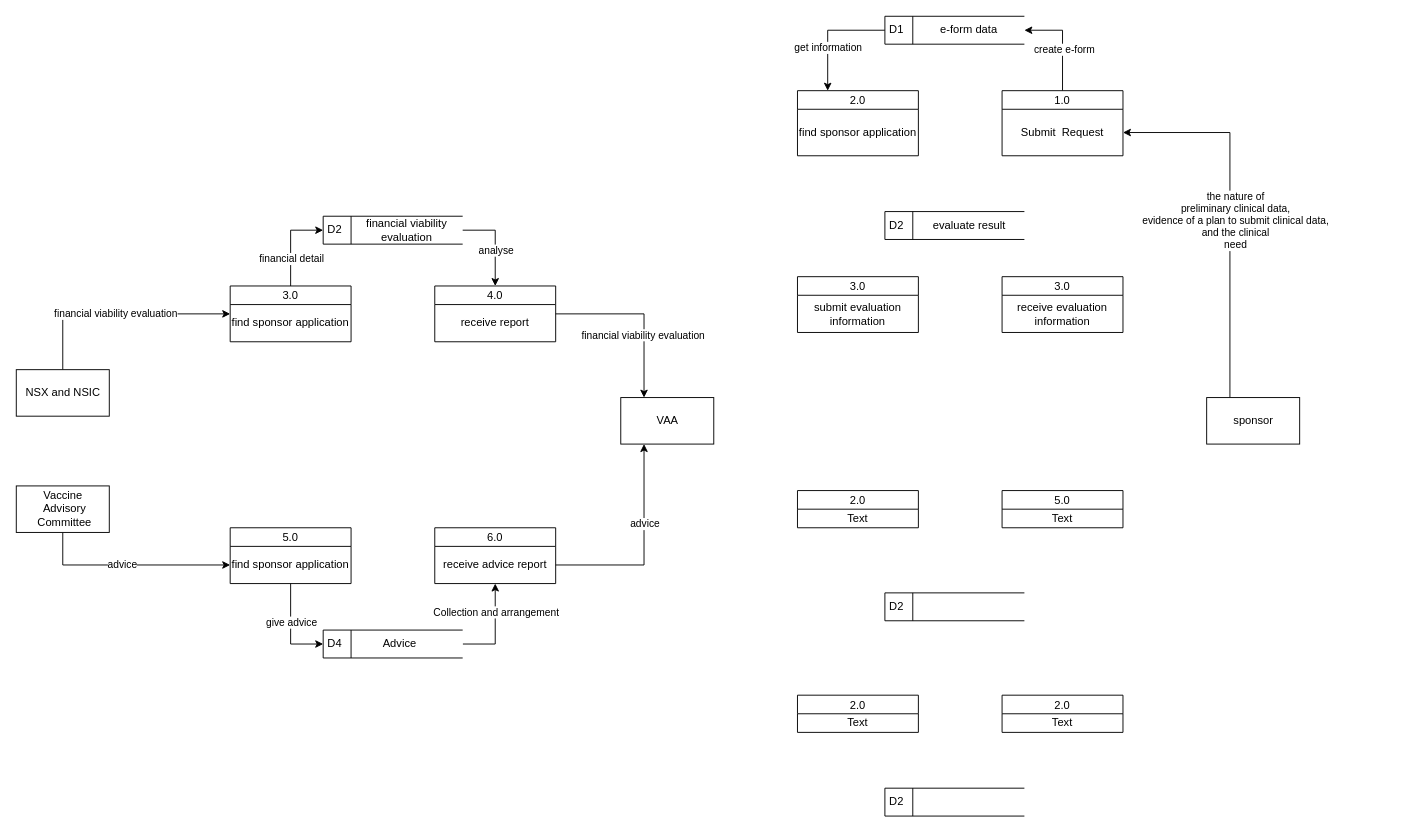
This is DFD.drawio from forthegame/ANU2024, a draw.io file, before an edit. Source tidied: cells renumbered, new cells numbered last; positions are measured from the earlier drawing's top-left corner, leaving out a move shared by most shapes. Both pictures are drawn from the tidied source at 93%, with x=0, y=0 at pixel (16, 16).
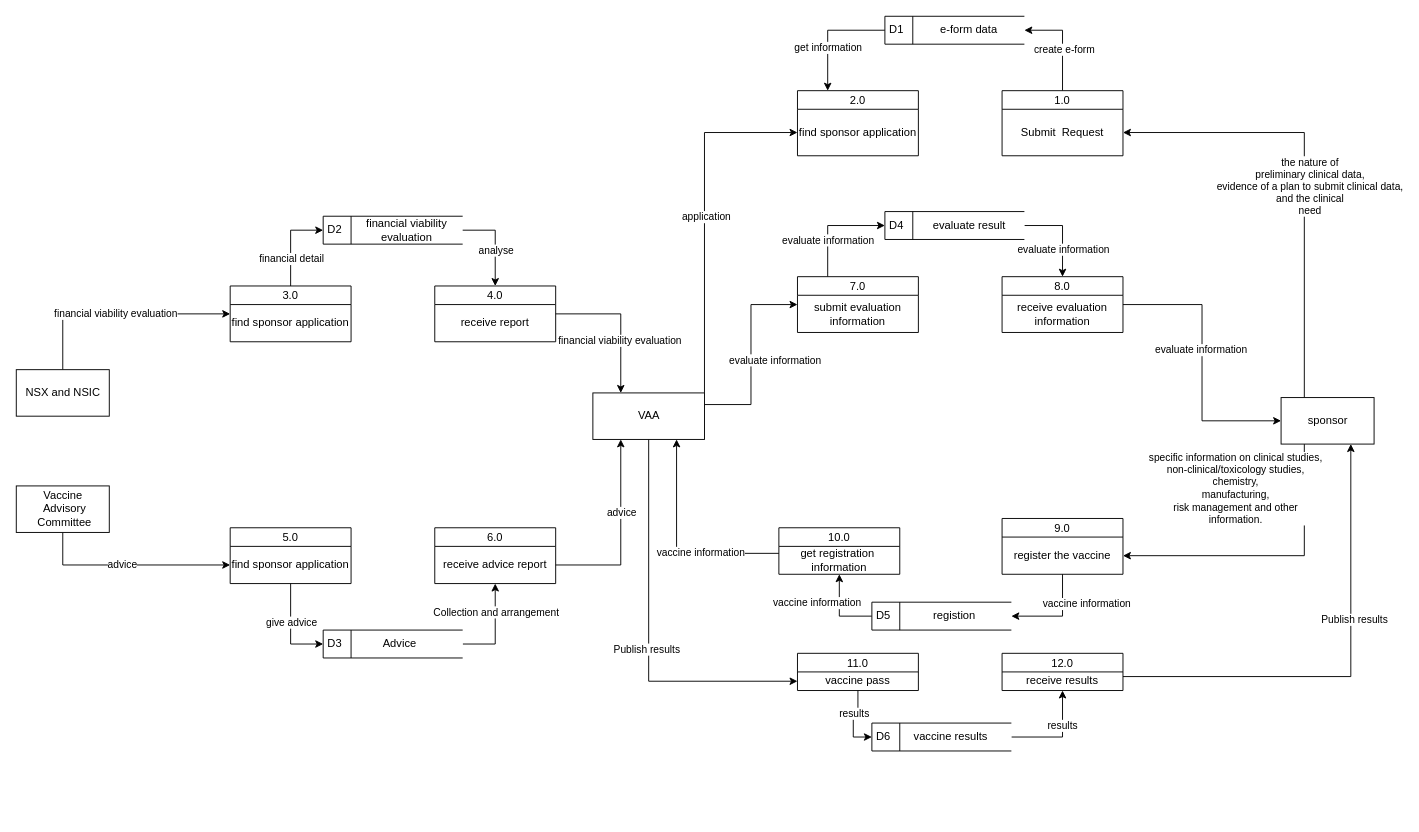
Above is the later version.

The change refers to these unchanged cells:
```xml
<mxCell id="13" value="receive evaluation information" style="text;html=1;strokeColor=none;fillColor=none;align=center;verticalAlign=middle;whiteSpace=wrap;rounded=0;" parent="12" vertex="1">
  <mxGeometry y="20" width="130" height="40" as="geometry" />
</mxCell>
<mxCell id="24" value="submit evaluation information" style="text;html=1;strokeColor=none;fillColor=none;align=center;verticalAlign=middle;whiteSpace=wrap;rounded=0;" parent="23" vertex="1">
  <mxGeometry y="20" width="130" height="40" as="geometry" />
</mxCell>
<mxCell id="26" value="find sponsor application" style="text;html=1;strokeColor=none;fillColor=none;align=center;verticalAlign=middle;whiteSpace=wrap;rounded=0;" parent="25" vertex="1">
  <mxGeometry y="20" width="130" height="50" as="geometry" />
</mxCell>
```

Diff of the diagram source:
```diff
@@
+    <mxCell id="62" style="edgeStyle=orthogonalEdgeStyle;rounded=0;jettySize=auto;html=1;exitX=0.25;exitY=1;exitDx=0;exitDy=0;entryX=1;entryY=0.5;entryDx=0;entryDy=0;" parent="1" edge="1" source="4" target="17">
+      <mxGeometry relative="1" as="geometry" />
+    </mxCell>
+    <mxCell id="63" value="specific information on clinical studies,&lt;br&gt;non-clinical/toxicology studies,&lt;br&gt;chemistry,&lt;br&gt;manufacturing,&lt;br&gt;risk management and other&lt;br&gt;information." style="edgeLabel;html=1;align=center;verticalAlign=middle;" parent="62" vertex="1">
+      <mxGeometry x="-0.43" relative="1" as="geometry">
+        <mxPoint x="-75" y="-43" as="offset" />
+      </mxGeometry>
+    </mxCell>
     <mxCell id="4" value="sponsor" style="html=1;dashed=0;whitespace=wrap;" parent="1" vertex="1">
-      <mxGeometry x="1280" y="410" width="100" height="50" as="geometry" />
+      <mxGeometry x="1360" y="410" width="100" height="50" as="geometry" />
     </mxCell>
@@
+    <mxCell id="64" style="edgeStyle=orthogonalEdgeStyle;rounded=0;jettySize=auto;html=1;exitX=1;exitY=0.5;exitDx=0;exitDy=0;entryX=0.5;entryY=0;entryDx=0;entryDy=0;" parent="1" edge="1" source="9" target="12">
+      <mxGeometry relative="1" as="geometry" />
+    </mxCell>
+    <mxCell id="65" value="evaluate information" style="edgeLabel;html=1;align=center;verticalAlign=middle;" parent="64" vertex="1">
+      <mxGeometry x="0.11" y="1" relative="1" as="geometry">
+        <mxPoint x="-1" y="13" as="offset" />
+      </mxGeometry>
+    </mxCell>
-    <mxCell id="9" value="D2" style="html=1;dashed=0;whitespace=wrap;shape=mxgraph.dfd.dataStoreID;align=left;spacingLeft=3;points=[[0,0],[0.5,0],[1,0],[0,0.5],[1,0.5],[0,1],[0.5,1],[1,1]];" parent="1" vertex="1">
+    <mxCell id="9" value="D4" style="html=1;dashed=0;whitespace=wrap;shape=mxgraph.dfd.dataStoreID;align=left;spacingLeft=3;points=[[0,0],[0.5,0],[1,0],[0,0.5],[1,0.5],[0,1],[0.5,1],[1,1]];" parent="1" vertex="1">
       <mxGeometry x="934" y="210" width="150" height="30" as="geometry" />
     </mxCell>
+    <mxCell id="66" style="edgeStyle=orthogonalEdgeStyle;rounded=0;jettySize=auto;html=1;exitX=1;exitY=0;exitDx=0;exitDy=0;entryX=0;entryY=0.5;entryDx=0;entryDy=0;" parent="1" edge="1" source="10" target="26">
+      <mxGeometry relative="1" as="geometry" />
+    </mxCell>
+    <mxCell id="67" value="application" style="edgeLabel;html=1;align=center;verticalAlign=middle;" parent="66" vertex="1">
+      <mxGeometry y="-1" relative="1" as="geometry" />
+    </mxCell>
+    <mxCell id="68" style="edgeStyle=orthogonalEdgeStyle;rounded=0;jettySize=auto;html=1;exitX=1;exitY=0.25;exitDx=0;exitDy=0;entryX=0;entryY=0.25;entryDx=0;entryDy=0;" parent="1" edge="1" source="10" target="24">
+      <mxGeometry relative="1" as="geometry" />
+    </mxCell>
+    <mxCell id="69" value="evaluate information" style="edgeLabel;html=1;align=center;verticalAlign=middle;" parent="68" vertex="1">
+      <mxGeometry x="-0.11" relative="1" as="geometry">
+        <mxPoint x="25" y="-6" as="offset" />
+      </mxGeometry>
+    </mxCell>
+    <mxCell id="70" style="edgeStyle=orthogonalEdgeStyle;rounded=0;jettySize=auto;html=1;exitX=0.5;exitY=1;exitDx=0;exitDy=0;entryX=0;entryY=0.5;entryDx=0;entryDy=0;" parent="1" edge="1" source="10" target="19">
+      <mxGeometry relative="1" as="geometry" />
+    </mxCell>
+    <mxCell id="71" value="Publish results" style="edgeLabel;html=1;align=center;verticalAlign=middle;" parent="70" vertex="1">
+      <mxGeometry x="0.07" y="-3" relative="1" as="geometry" />
+    </mxCell>
     <mxCell id="10" value="VAA" style="html=1;dashed=0;whitespace=wrap;" parent="1" vertex="1">
-      <mxGeometry x="650" y="410" width="100" height="50" as="geometry" />
+      <mxGeometry x="620" y="405" width="120" height="50" as="geometry" />
     </mxCell>
+    <mxCell id="72" style="edgeStyle=orthogonalEdgeStyle;rounded=0;jettySize=auto;html=1;exitX=0;exitY=0.5;exitDx=0;exitDy=0;entryX=0.5;entryY=1;entryDx=0;entryDy=0;" parent="1" edge="1" source="11" target="15">
+      <mxGeometry relative="1" as="geometry" />
+    </mxCell>
+    <mxCell id="73" value="vaccine information" style="edgeLabel;html=1;align=center;verticalAlign=middle;" parent="72" vertex="1">
+      <mxGeometry x="0.24" y="2" relative="1" as="geometry">
+        <mxPoint x="-23" as="offset" />
+      </mxGeometry>
+    </mxCell>
-    <mxCell id="11" value="D2" style="html=1;dashed=0;whitespace=wrap;shape=mxgraph.dfd.dataStoreID;align=left;spacingLeft=3;points=[[0,0],[0.5,0],[1,0],[0,0.5],[1,0.5],[0,1],[0.5,1],[1,1]];" parent="1" vertex="1">
-      <mxGeometry x="934" y="620" width="150" height="30" as="geometry" />
+    <mxCell id="11" value="D5" style="html=1;dashed=0;whitespace=wrap;shape=mxgraph.dfd.dataStoreID;align=left;spacingLeft=3;points=[[0,0],[0.5,0],[1,0],[0,0.5],[1,0.5],[0,1],[0.5,1],[1,1]];" parent="1" vertex="1">
+      <mxGeometry x="920" y="630" width="150" height="30" as="geometry" />
     </mxCell>
-    <mxCell id="12" value="3.0" style="swimlane;fontStyle=0;horizontal=1;startSize=20;fillColor=#ffffff;swimlaneFillColor=#ffffff;" parent="1" vertex="1">
+    <mxCell id="12" value="8.0" style="swimlane;fontStyle=0;horizontal=1;startSize=20;fillColor=#ffffff;swimlaneFillColor=#ffffff;" parent="1" vertex="1">
       <mxGeometry x="1060" y="280" width="130" height="60" as="geometry" />
     </mxCell>
@@
-    <mxCell id="14" value="2.0" style="swimlane;fontStyle=0;horizontal=1;startSize=20;fillColor=#ffffff;swimlaneFillColor=#ffffff;" parent="1" vertex="1">
-      <mxGeometry x="840" y="510" width="130" height="40" as="geometry" />
+    <mxCell id="14" value="10.0" style="swimlane;fontStyle=0;horizontal=1;startSize=20;fillColor=#ffffff;swimlaneFillColor=#ffffff;" parent="1" vertex="1">
+      <mxGeometry x="820" y="550" width="130" height="50" as="geometry" />
     </mxCell>
-    <mxCell id="15" value="Text" style="text;html=1;strokeColor=none;fillColor=none;align=center;verticalAlign=middle;whiteSpace=wrap;rounded=0;" parent="14" vertex="1">
-      <mxGeometry y="20" width="130" height="20" as="geometry" />
+    <mxCell id="15" value="get registration&amp;nbsp;&lt;br&gt;information" style="text;html=1;strokeColor=none;fillColor=none;align=center;verticalAlign=middle;whiteSpace=wrap;rounded=0;" parent="14" vertex="1">
+      <mxGeometry y="20" width="130" height="30" as="geometry" />
     </mxCell>
-    <mxCell id="16" value="5.0" style="swimlane;fontStyle=0;horizontal=1;startSize=20;fillColor=#ffffff;swimlaneFillColor=#ffffff;" parent="1" vertex="1">
-      <mxGeometry x="1060" y="510" width="130" height="40" as="geometry" />
+    <mxCell id="16" value="9.0" style="swimlane;fontStyle=0;horizontal=1;startSize=20;fillColor=#ffffff;swimlaneFillColor=#ffffff;" parent="1" vertex="1">
+      <mxGeometry x="1060" y="540" width="130" height="60" as="geometry" />
     </mxCell>
-    <mxCell id="17" value="Text" style="text;html=1;strokeColor=none;fillColor=none;align=center;verticalAlign=middle;whiteSpace=wrap;rounded=0;" parent="16" vertex="1">
-      <mxGeometry y="20" width="130" height="20" as="geometry" />
+    <mxCell id="17" value="register the vaccine" style="text;html=1;strokeColor=none;fillColor=none;align=center;verticalAlign=middle;whiteSpace=wrap;rounded=0;" parent="16" vertex="1">
+      <mxGeometry y="20" width="130" height="40" as="geometry" />
     </mxCell>
-    <mxCell id="18" value="2.0" style="swimlane;fontStyle=0;horizontal=1;startSize=20;fillColor=#ffffff;swimlaneFillColor=#ffffff;" parent="1" vertex="1">
-      <mxGeometry x="840" y="730" width="130" height="40" as="geometry" />
+    <mxCell id="18" value="11.0" style="swimlane;fontStyle=0;horizontal=1;startSize=20;fillColor=#ffffff;swimlaneFillColor=#ffffff;" parent="1" vertex="1">
+      <mxGeometry x="840" y="685" width="130" height="40" as="geometry" />
     </mxCell>
-    <mxCell id="19" value="Text" style="text;html=1;strokeColor=none;fillColor=none;align=center;verticalAlign=middle;whiteSpace=wrap;rounded=0;" parent="18" vertex="1">
+    <mxCell id="19" value="vaccine pass" style="text;html=1;strokeColor=none;fillColor=none;align=center;verticalAlign=middle;whiteSpace=wrap;rounded=0;" parent="18" vertex="1">
       <mxGeometry y="20" width="130" height="20" as="geometry" />
     </mxCell>
-    <mxCell id="20" value="2.0" style="swimlane;fontStyle=0;horizontal=1;startSize=20;fillColor=#ffffff;swimlaneFillColor=#ffffff;" parent="1" vertex="1">
-      <mxGeometry x="1060" y="730" width="130" height="40" as="geometry" />
+    <mxCell id="20" value="12.0" style="swimlane;fontStyle=0;horizontal=1;startSize=20;fillColor=#ffffff;swimlaneFillColor=#ffffff;" parent="1" vertex="1">
+      <mxGeometry x="1060" y="685" width="130" height="40" as="geometry" />
     </mxCell>
-    <mxCell id="21" value="Text" style="text;html=1;strokeColor=none;fillColor=none;align=center;verticalAlign=middle;whiteSpace=wrap;rounded=0;" parent="20" vertex="1">
+    <mxCell id="21" value="receive results" style="text;html=1;strokeColor=none;fillColor=none;align=center;verticalAlign=middle;whiteSpace=wrap;rounded=0;" parent="20" vertex="1">
       <mxGeometry y="20" width="130" height="20" as="geometry" />
     </mxCell>
+    <mxCell id="74" style="edgeStyle=orthogonalEdgeStyle;rounded=0;jettySize=auto;html=1;exitX=1;exitY=0.5;exitDx=0;exitDy=0;entryX=0.5;entryY=1;entryDx=0;entryDy=0;" parent="1" edge="1" source="22" target="21">
+      <mxGeometry relative="1" as="geometry" />
+    </mxCell>
+    <mxCell id="75" value="results" style="edgeLabel;html=1;align=center;verticalAlign=middle;" parent="74" vertex="1">
+      <mxGeometry x="0.29" y="1" relative="1" as="geometry" />
+    </mxCell>
-    <mxCell id="22" value="D2" style="html=1;dashed=0;whitespace=wrap;shape=mxgraph.dfd.dataStoreID;align=left;spacingLeft=3;points=[[0,0],[0.5,0],[1,0],[0,0.5],[1,0.5],[0,1],[0.5,1],[1,1]];" parent="1" vertex="1">
-      <mxGeometry x="934" y="830" width="150" height="30" as="geometry" />
+    <mxCell id="22" value="D6" style="html=1;dashed=0;whitespace=wrap;shape=mxgraph.dfd.dataStoreID;align=left;spacingLeft=3;points=[[0,0],[0.5,0],[1,0],[0,0.5],[1,0.5],[0,1],[0.5,1],[1,1]];" parent="1" vertex="1">
+      <mxGeometry x="920" y="760" width="150" height="30" as="geometry" />
     </mxCell>
+    <mxCell id="76" style="edgeStyle=orthogonalEdgeStyle;rounded=0;jettySize=auto;html=1;exitX=0.25;exitY=0;exitDx=0;exitDy=0;entryX=0;entryY=0.5;entryDx=0;entryDy=0;" parent="1" edge="1" source="23" target="9">
+      <mxGeometry relative="1" as="geometry" />
+    </mxCell>
+    <mxCell id="77" value="evaluate information" style="edgeLabel;html=1;align=center;verticalAlign=middle;" parent="76" vertex="1">
+      <mxGeometry x="-0.31" relative="1" as="geometry" />
+    </mxCell>
-    <mxCell id="23" value="3.0" style="swimlane;fontStyle=0;horizontal=1;startSize=20;fillColor=#ffffff;swimlaneFillColor=#ffffff;" parent="1" vertex="1">
+    <mxCell id="23" value="7.0" style="swimlane;fontStyle=0;horizontal=1;startSize=20;fillColor=#ffffff;swimlaneFillColor=#ffffff;" parent="1" vertex="1">
       <mxGeometry x="840" y="280" width="130" height="60" as="geometry" />
     </mxCell>
@@
-    <mxCell id="50" value="D4" style="html=1;dashed=0;whitespace=wrap;shape=mxgraph.dfd.dataStoreID;align=left;spacingLeft=3;points=[[0,0],[0.5,0],[1,0],[0,0.5],[1,0.5],[0,1],[0.5,1],[1,1]];" parent="1" vertex="1">
+    <mxCell id="50" value="D3" style="html=1;dashed=0;whitespace=wrap;shape=mxgraph.dfd.dataStoreID;align=left;spacingLeft=3;points=[[0,0],[0.5,0],[1,0],[0,0.5],[1,0.5],[0,1],[0.5,1],[1,1]];" parent="1" vertex="1">
       <mxGeometry x="330" y="660" width="150" height="30" as="geometry" />
     </mxCell>
@@
+    <mxCell id="78" style="edgeStyle=orthogonalEdgeStyle;rounded=0;jettySize=auto;html=1;exitX=1;exitY=0.25;exitDx=0;exitDy=0;entryX=0;entryY=0.5;entryDx=0;entryDy=0;" parent="1" edge="1" source="13" target="4">
+      <mxGeometry relative="1" as="geometry" />
+    </mxCell>
+    <mxCell id="79" value="evaluate information" style="edgeLabel;html=1;align=center;verticalAlign=middle;" parent="78" vertex="1">
+      <mxGeometry x="-0.1" y="-2" relative="1" as="geometry" />
+    </mxCell>
+    <mxCell id="80" value="registion" style="text;html=1;strokeColor=none;fillColor=none;align=center;verticalAlign=middle;whiteSpace=wrap;rounded=0;" parent="1" vertex="1">
+      <mxGeometry x="989" y="635" width="40" height="20" as="geometry" />
+    </mxCell>
+    <mxCell id="81" style="edgeStyle=orthogonalEdgeStyle;rounded=0;jettySize=auto;html=1;exitX=0.5;exitY=1;exitDx=0;exitDy=0;entryX=1;entryY=0.5;entryDx=0;entryDy=0;" parent="1" edge="1" source="17" target="11">
+      <mxGeometry relative="1" as="geometry" />
+    </mxCell>
+    <mxCell id="82" value="vaccine information" style="edgeLabel;html=1;align=center;verticalAlign=middle;" parent="81" vertex="1">
+      <mxGeometry x="-0.29" relative="1" as="geometry">
+        <mxPoint x="25" y="-5" as="offset" />
+      </mxGeometry>
+    </mxCell>
+    <mxCell id="83" style="edgeStyle=orthogonalEdgeStyle;rounded=0;jettySize=auto;html=1;exitX=0;exitY=0.25;exitDx=0;exitDy=0;entryX=0.75;entryY=1;entryDx=0;entryDy=0;" parent="1" edge="1" source="15" target="10">
+      <mxGeometry relative="1" as="geometry" />
+    </mxCell>
+    <mxCell id="84" value="vaccine information" style="edgeLabel;html=1;align=center;verticalAlign=middle;" parent="83" vertex="1">
+      <mxGeometry x="-0.27" y="-1" relative="1" as="geometry" />
+    </mxCell>
+    <mxCell id="85" style="edgeStyle=orthogonalEdgeStyle;rounded=0;jettySize=auto;html=1;exitX=0.5;exitY=1;exitDx=0;exitDy=0;entryX=0;entryY=0.5;entryDx=0;entryDy=0;" parent="1" edge="1" source="19" target="22">
+      <mxGeometry relative="1" as="geometry" />
+    </mxCell>
+    <mxCell id="86" value="results" style="edgeLabel;html=1;align=center;verticalAlign=middle;" parent="85" vertex="1">
+      <mxGeometry x="-0.22" relative="1" as="geometry" />
+    </mxCell>
+    <mxCell id="87" style="edgeStyle=orthogonalEdgeStyle;rounded=0;jettySize=auto;html=1;exitX=1;exitY=0.25;exitDx=0;exitDy=0;entryX=0.75;entryY=1;entryDx=0;entryDy=0;" parent="1" edge="1" source="21" target="4">
+      <mxGeometry relative="1" as="geometry" />
+    </mxCell>
+    <mxCell id="88" value="Publish results" style="edgeLabel;html=1;align=center;verticalAlign=middle;" parent="87" vertex="1">
+      <mxGeometry x="0.24" y="-3" relative="1" as="geometry" />
+    </mxCell>
+    <mxCell id="89" value="vaccine results" style="text;html=1;strokeColor=none;fillColor=none;align=center;verticalAlign=middle;whiteSpace=wrap;rounded=0;" parent="1" vertex="1">
+      <mxGeometry x="960" y="765" width="90" height="20" as="geometry" />
+    </mxCell>
```
